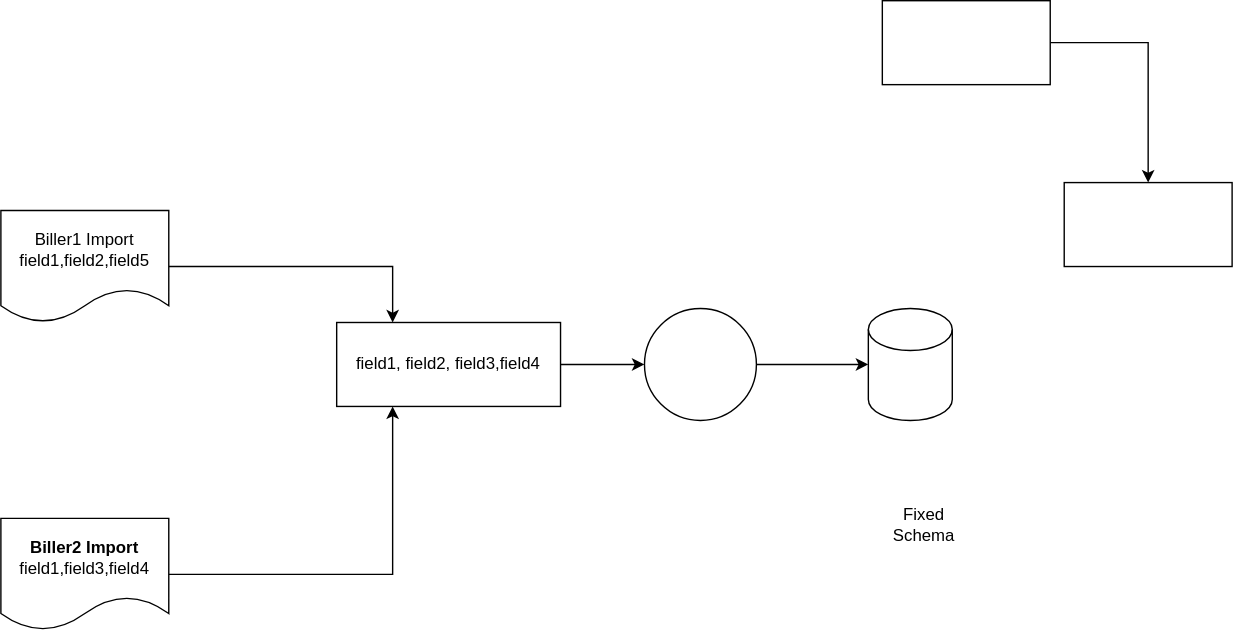
vjavle/invoicecloud keeps this draw.io diagram as bifimport.svg. Above is the earlier version. Source tidied: cells renumbered, new cells last; positions are measured from the earlier drawing's top-left corner, leaving out a move shared by most shapes.
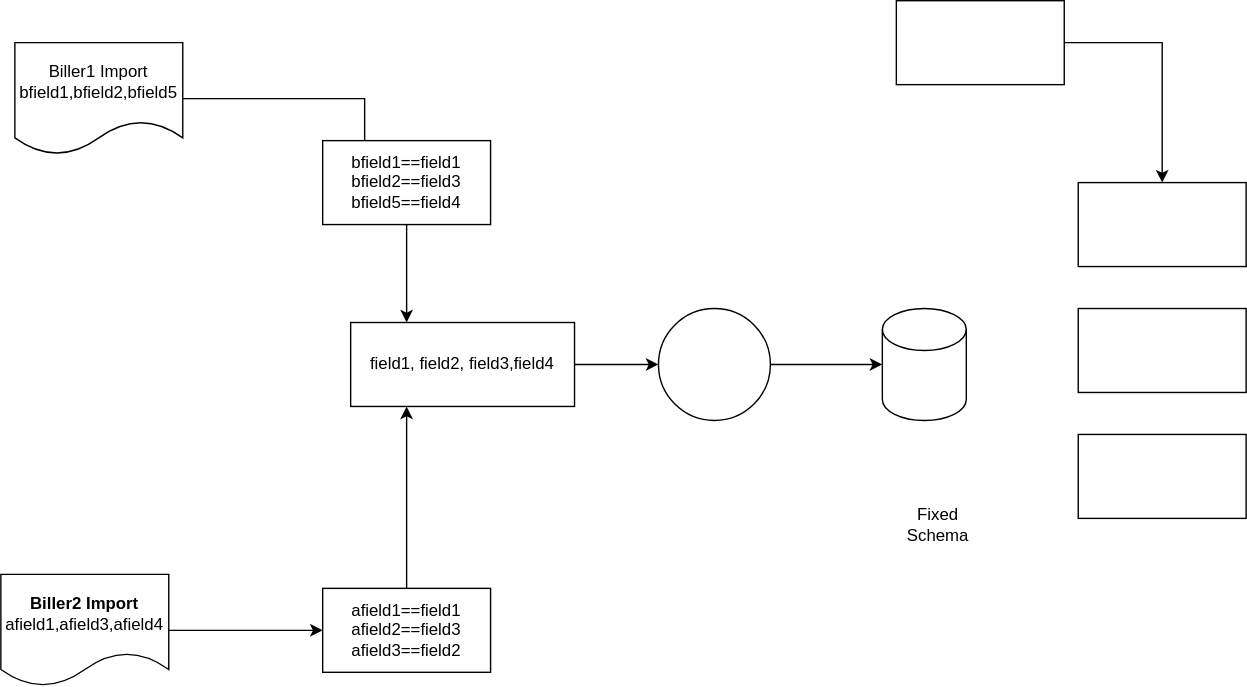
Above is the later version.

Change to the diagram source:
```diff
@@ -2,17 +2,20 @@
   <root>
     <mxCell id="0" />
     <mxCell id="1" parent="0" />
-    <mxCell id="2" style="edgeStyle=orthogonalEdgeStyle;rounded=0;jettySize=auto;html=1;entryX=0.25;entryY=0;entryDx=0;entryDy=0;" parent="1" edge="1" source="3" target="7">
+    <mxCell id="2" style="edgeStyle=orthogonalEdgeStyle;rounded=0;jettySize=auto;html=1;entryX=0.25;entryY=0;entryDx=0;entryDy=0;startArrow=none;" parent="1" edge="1" source="19" target="7">
       <mxGeometry relative="1" as="geometry" />
     </mxCell>
-    <mxCell id="3" value="Biller1 Import&lt;br&gt;field1,field2,field5" style="shape=document;whiteSpace=wrap;html=1;boundedLbl=1;" parent="1" vertex="1">
-      <mxGeometry y="150" width="120" height="80" as="geometry" />
+    <mxCell id="3" value="Biller1 Import&lt;br&gt;bfield1,bfield2,bfield5" style="shape=document;whiteSpace=wrap;html=1;boundedLbl=1;" parent="1" vertex="1">
+      <mxGeometry y="30" width="120" height="80" as="geometry" />
     </mxCell>
-    <mxCell id="4" style="edgeStyle=orthogonalEdgeStyle;rounded=0;jettySize=auto;html=1;entryX=0.25;entryY=1;entryDx=0;entryDy=0;" parent="1" edge="1" source="5" target="7">
+    <mxCell id="4" style="edgeStyle=orthogonalEdgeStyle;rounded=0;jettySize=auto;html=1;entryX=0.25;entryY=1;entryDx=0;entryDy=0;" parent="1" edge="1" source="18" target="7">
       <mxGeometry relative="1" as="geometry" />
     </mxCell>
+    <mxCell id="15" style="edgeStyle=orthogonalEdgeStyle;rounded=0;jettySize=auto;html=1;" parent="1" edge="1" source="5" target="18">
+      <mxGeometry relative="1" as="geometry" />
+    </mxCell>
-    <mxCell id="5" value="&lt;b&gt;Biller2 Import&lt;/b&gt;&lt;br&gt;field1,field3,field4" style="shape=document;whiteSpace=wrap;html=1;boundedLbl=1;" parent="1" vertex="1">
-      <mxGeometry y="370" width="120" height="80" as="geometry" />
+    <mxCell id="5" value="&lt;b&gt;Biller2 Import&lt;/b&gt;&lt;br&gt;afield1,afield3,afield4" style="shape=document;whiteSpace=wrap;html=1;boundedLbl=1;" parent="1" vertex="1">
+      <mxGeometry x="-10" y="410" width="120" height="80" as="geometry" />
     </mxCell>
     <mxCell id="6" style="edgeStyle=orthogonalEdgeStyle;rounded=0;jettySize=auto;html=1;" parent="1" edge="1" source="7" target="11">
       <mxGeometry relative="1" as="geometry" />
@@ -41,5 +44,20 @@
     <mxCell id="14" style="rounded=0;whiteSpace=wrap;html=1;" parent="1" vertex="1">
       <mxGeometry x="760" y="130" width="120" height="60" as="geometry" />
     </mxCell>
+    <mxCell id="16" style="rounded=0;whiteSpace=wrap;html=1;" parent="1" vertex="1">
+      <mxGeometry x="760" y="220" width="120" height="60" as="geometry" />
+    </mxCell>
+    <mxCell id="17" style="rounded=0;whiteSpace=wrap;html=1;" parent="1" vertex="1">
+      <mxGeometry x="760" y="310" width="120" height="60" as="geometry" />
+    </mxCell>
+    <mxCell id="18" value="afield1==field1&lt;br&gt;afield2==field3&lt;br&gt;afield3==field2" style="rounded=0;whiteSpace=wrap;html=1;" parent="1" vertex="1">
+      <mxGeometry x="220" y="420" width="120" height="60" as="geometry" />
+    </mxCell>
+    <mxCell id="19" value="bfield1==field1&lt;br&gt;bfield2==field3&lt;br&gt;bfield5==field4" style="rounded=0;whiteSpace=wrap;html=1;" parent="1" vertex="1">
+      <mxGeometry x="220" y="100" width="120" height="60" as="geometry" />
+    </mxCell>
+    <mxCell id="20" style="edgeStyle=orthogonalEdgeStyle;rounded=0;jettySize=auto;html=1;entryX=0.25;entryY=0;entryDx=0;entryDy=0;endArrow=none;" parent="1" edge="1" source="3" target="19">
+      <mxGeometry relative="1" as="geometry" />
+    </mxCell>
   </root>
 </mxGraphModel>
```
